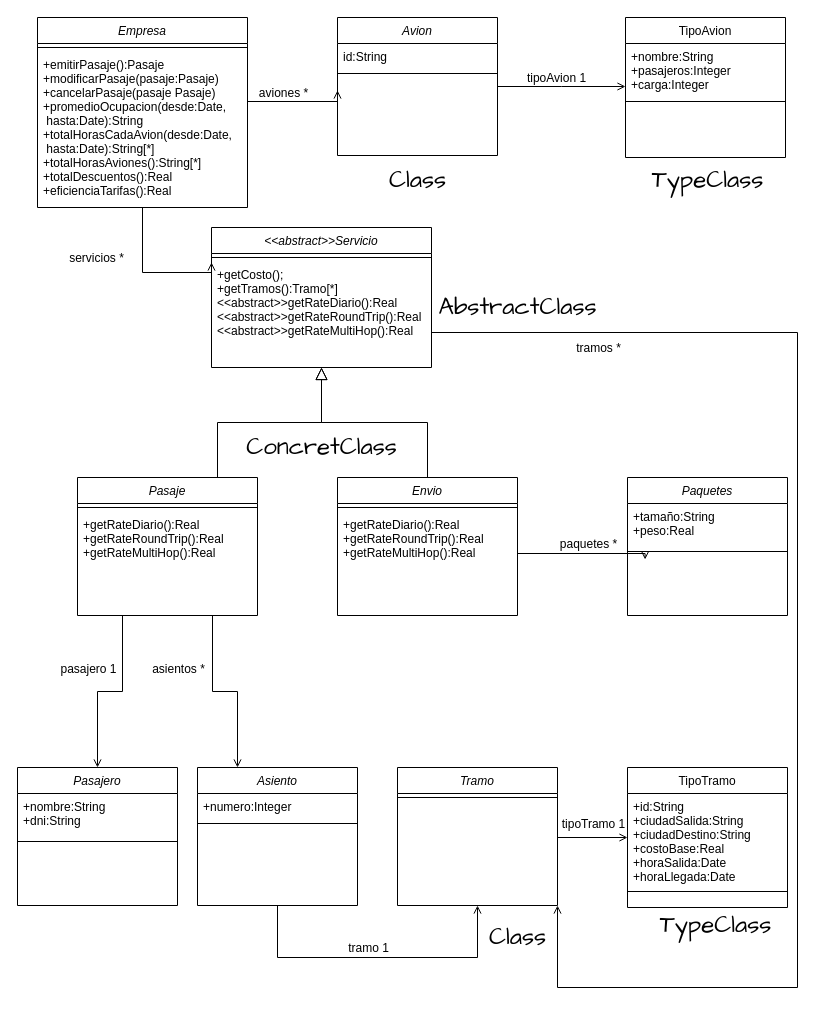
This is practica/ejercicio23.drawio from AyrtonFabrizioAlvarez/OO2, a draw.io file, before an edit. Source tidied: cells renumbered, new cells numbered last; positions are measured from the earlier drawing's top-left corner, leaving out a move shared by most shapes. Both pictures are drawn from the tidied source at 100%, with x=0, y=0 at pixel (17, 17).
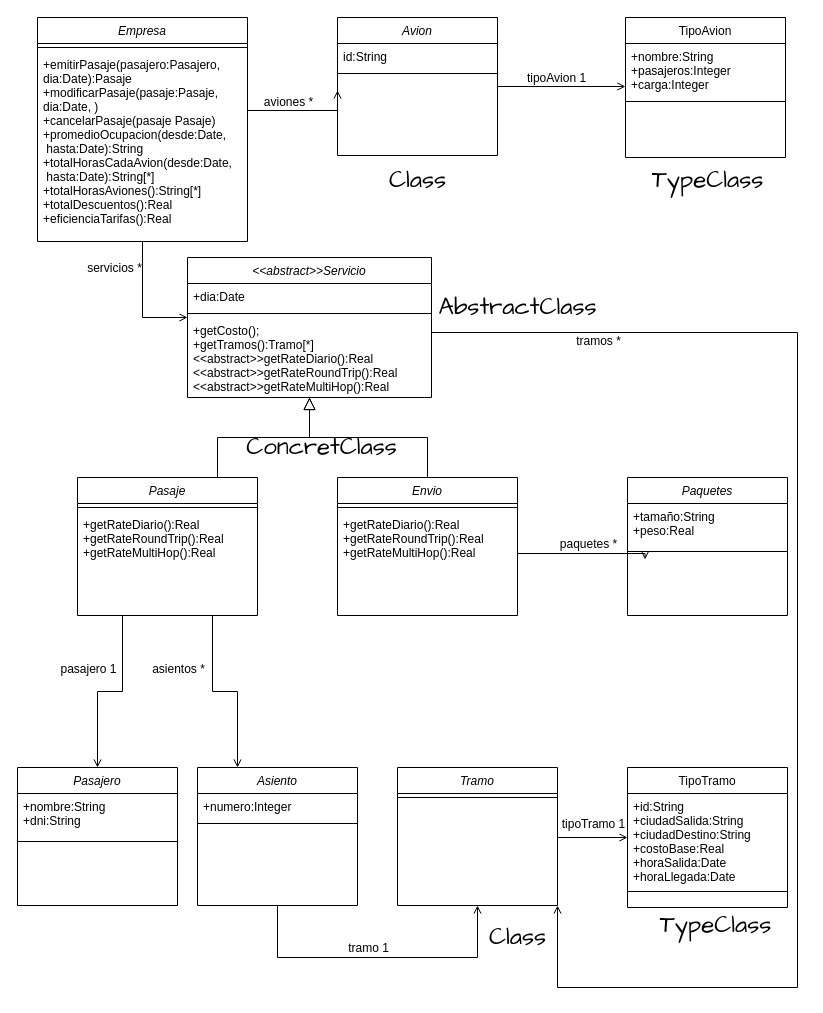
The same page after the edit.

Commit message:
UML ejercicio23 (¿empezando a tirar magia de analisis y diseño o fantasmeada? )

Diff of the diagram source:
```diff
@@
     <mxCell id="17" value="Empresa" style="swimlane;fontStyle=2;align=center;verticalAlign=top;horizontal=1;startSize=26;rounded=0;shadow=0;strokeWidth=1;" parent="1" vertex="1">
-      <mxGeometry x="20" width="210" height="190" as="geometry" />
+      <mxGeometry x="20" width="210" height="224" as="geometry" />
     </mxCell>
@@
-    <mxCell id="19" value="+emitirPasaje():Pasaje&#10;+modificarPasaje(pasaje:Pasaje)&#10;+cancelarPasaje(pasaje Pasaje)&#10;+promedioOcupacion(desde:Date,&#10; hasta:Date):String&#10;+totalHorasCadaAvion(desde:Date,&#10; hasta:Date):String[*]&#10;+totalHorasAviones():String[*]&#10;+totalDescuentos():Real&#10;+eficienciaTarifas():Real" style="text;align=left;verticalAlign=top;spacingLeft=4;spacingRight=4;overflow=hidden;" parent="17" vertex="1">
-      <mxGeometry y="34" width="210" height="156" as="geometry" />
+    <mxCell id="19" value="+emitirPasaje(pasajero:Pasajero,&#10;dia:Date):Pasaje&#10;+modificarPasaje(pasaje:Pasaje,&#10;dia:Date, )&#10;+cancelarPasaje(pasaje Pasaje)&#10;+promedioOcupacion(desde:Date,&#10; hasta:Date):String&#10;+totalHorasCadaAvion(desde:Date,&#10; hasta:Date):String[*]&#10;+totalHorasAviones():String[*]&#10;+totalDescuentos():Real&#10;+eficienciaTarifas():Real" style="text;align=left;verticalAlign=top;spacingLeft=4;spacingRight=4;overflow=hidden;" parent="17" vertex="1">
+      <mxGeometry y="34" width="210" height="190" as="geometry" />
     </mxCell>
@@
     <mxCell id="40" value="&lt;&lt;abstract&gt;&gt;Servicio" style="swimlane;fontStyle=2;align=center;verticalAlign=top;horizontal=1;startSize=26;rounded=0;shadow=0;strokeWidth=1;" parent="1" vertex="1">
-      <mxGeometry x="194" y="210" width="220" height="140" as="geometry" />
+      <mxGeometry x="170" y="240" width="244" height="140" as="geometry" />
     </mxCell>
+    <mxCell id="60" value="+dia:Date" style="text;align=left;verticalAlign=top;spacingLeft=4;spacingRight=4;overflow=hidden;" parent="40" vertex="1">
+      <mxGeometry y="26" width="244" height="26" as="geometry" />
+    </mxCell>
     <mxCell id="41" style="line;html=1;strokeWidth=1;align=left;verticalAlign=middle;spacingTop=-1;spacingLeft=3;spacingRight=3;labelPosition=right;" parent="40" vertex="1">
-      <mxGeometry y="26" width="220" height="8" as="geometry" />
+      <mxGeometry y="52" width="244" height="8" as="geometry" />
     </mxCell>
     <mxCell id="42" value="+getCosto();&#10;+getTramos():Tramo[*]&#10;&lt;&lt;abstract&gt;&gt;getRateDiario():Real&#10;&lt;&lt;abstract&gt;&gt;getRateRoundTrip():Real&#10;&lt;&lt;abstract&gt;&gt;getRateMultiHop():Real&#10;" style="text;align=left;verticalAlign=top;spacingLeft=4;spacingRight=4;overflow=hidden;points=[[0,0.5],[1,0.5]];portConstraint=eastwest;" parent="40" vertex="1">
-      <mxGeometry y="34" width="220" height="76" as="geometry" />
+      <mxGeometry y="60" width="244" height="76" as="geometry" />
     </mxCell>
-    <mxCell id="43" style="endArrow=open;shadow=0;strokeWidth=1;rounded=0;curved=0;endFill=1;edgeStyle=elbowEdgeStyle;elbow=vertical;exitX=0.5;exitY=1;exitDx=0;exitDy=0;entryX=0;entryY=0.25;entryDx=0;entryDy=0;" parent="1" edge="1" source="17" target="40">
+    <mxCell id="43" style="endArrow=open;shadow=0;strokeWidth=1;rounded=0;endFill=1;edgeStyle=orthogonalEdgeStyle;elbow=vertical;exitX=0.5;exitY=1;exitDx=0;exitDy=0;" parent="1" edge="1" source="17" target="42">
       <mxGeometry x="0.5" y="41" relative="1" as="geometry">
         <Array as="points">
-          <mxPoint x="170" y="255" />
+          <mxPoint x="125" y="300" />
         </Array>
         <mxPoint x="-40" y="32" as="offset" />
       </mxGeometry>
     </mxCell>
     <mxCell id="44" value="servicios *" style="text;html=1;align=center;verticalAlign=middle;labelBackgroundColor=none;rounded=0;shadow=0;strokeWidth=1;fontSize=12;" parent="43" vertex="1">
       <mxGeometry x="0.5" y="49" relative="1" as="geometry">
-        <mxPoint x="-90" y="34" as="offset" />
+        <mxPoint x="-44" y="-1" as="offset" />
       </mxGeometry>
     </mxCell>
```
